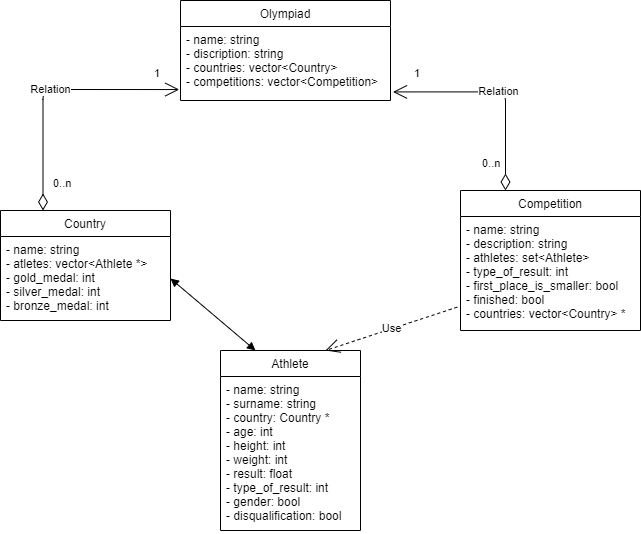
Earlier version of the draw.io export Diagram.png (BoGodAkim/Olympiad-Class-Project). Source tidied: cells renumbered, new cells last; positions are measured from the earlier drawing's top-left corner, leaving out a move shared by most shapes.
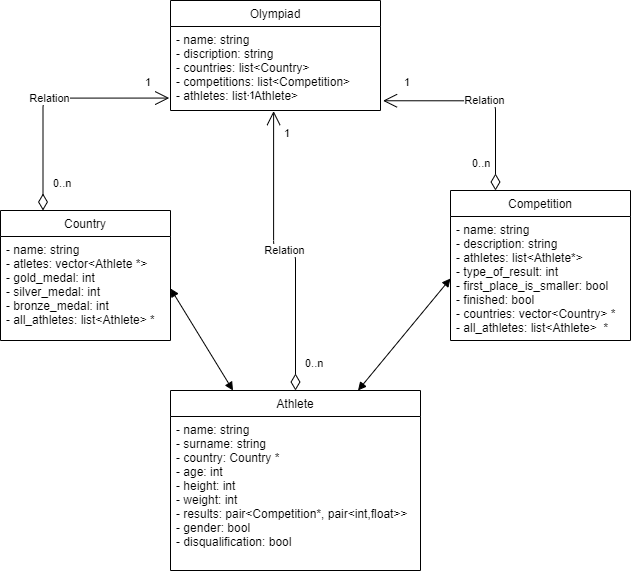
The same diagram one commit later.

The edit, as a diff of the source:
```diff
@@ -3,28 +3,28 @@
     <mxCell id="0" />
     <mxCell id="1" parent="0" />
     <mxCell id="2" value="Olympiad" style="swimlane;fontStyle=0;horizontal=1;startSize=26;fillColor=none;" parent="1" vertex="1">
-      <mxGeometry x="180" width="210" height="100" as="geometry" />
+      <mxGeometry x="180" width="210" height="110" as="geometry" />
     </mxCell>
-    <mxCell id="3" value="- name: string&#10;- discription: string&#10;- countries: vector&lt;Country&gt;&#10;- competitions: vector&lt;Competition&gt;&#10;" style="text;strokeColor=none;fillColor=none;align=left;verticalAlign=top;spacingLeft=4;spacingRight=4;overflow=hidden;points=[[0,0.5],[1,0.5]];portConstraint=eastwest;" parent="2" vertex="1">
-      <mxGeometry y="26" width="210" height="74" as="geometry" />
+    <mxCell id="3" value="- name: string&#10;- discription: string&#10;- countries: list&lt;Country&gt;&#10;- competitions: list&lt;Competition&gt;&#10;- athletes: list&lt;Athlete&gt;" style="text;strokeColor=none;fillColor=none;align=left;verticalAlign=top;spacingLeft=4;spacingRight=4;overflow=hidden;points=[[0,0.5],[1,0.5]];portConstraint=eastwest;" parent="2" vertex="1">
+      <mxGeometry y="26" width="210" height="84" as="geometry" />
     </mxCell>
     <mxCell id="4" value="Country" style="swimlane;fontStyle=0;horizontal=1;startSize=26;fillColor=none;" parent="1" vertex="1">
-      <mxGeometry y="210" width="170" height="110" as="geometry" />
+      <mxGeometry x="10" y="210" width="170" height="130" as="geometry" />
     </mxCell>
-    <mxCell id="5" value="- name: string&#10;- atletes: vector&lt;Athlete *&gt;&#10;- gold_medal: int&#10;- silver_medal: int&#10;- bronze_medal: int" style="text;strokeColor=none;fillColor=none;align=left;verticalAlign=top;spacingLeft=4;spacingRight=4;overflow=hidden;points=[[0,0.5],[1,0.5]];portConstraint=eastwest;" parent="4" vertex="1">
-      <mxGeometry y="26" width="170" height="84" as="geometry" />
+    <mxCell id="5" value="- name: string&#10;- atletes: vector&lt;Athlete *&gt;&#10;- gold_medal: int&#10;- silver_medal: int&#10;- bronze_medal: int&#10;- all_athletes: list&lt;Athlete&gt; *" style="text;strokeColor=none;fillColor=none;align=left;verticalAlign=top;spacingLeft=4;spacingRight=4;overflow=hidden;points=[[0,0.5],[1,0.5]];portConstraint=eastwest;" parent="4" vertex="1">
+      <mxGeometry y="26" width="170" height="104" as="geometry" />
     </mxCell>
     <mxCell id="6" value="Competition" style="swimlane;fontStyle=0;horizontal=1;startSize=26;fillColor=none;" parent="1" vertex="1">
-      <mxGeometry x="460" y="190" width="180" height="140" as="geometry" />
+      <mxGeometry x="460" y="190" width="180" height="150" as="geometry" />
     </mxCell>
-    <mxCell id="7" value="- name: string&#10;- description: string&#10;- athletes: set&lt;Athlete&gt;&#10;- type_of_result: int&#10;- first_place_is_smaller: bool&#10;- finished: bool&#10;- countries: vector&lt;Country&gt; *" style="text;strokeColor=none;fillColor=none;align=left;verticalAlign=top;spacingLeft=4;spacingRight=4;overflow=hidden;points=[[0,0.5],[1,0.5]];portConstraint=eastwest;" parent="6" vertex="1">
-      <mxGeometry y="26" width="180" height="114" as="geometry" />
+    <mxCell id="7" value="- name: string&#10;- description: string&#10;- athletes: list&lt;Athlete*&gt;&#10;- type_of_result: int&#10;- first_place_is_smaller: bool&#10;- finished: bool&#10;- countries: vector&lt;Country&gt; *&#10;- all_athletes: list&lt;Athlete&gt;  *" style="text;strokeColor=none;fillColor=none;align=left;verticalAlign=top;spacingLeft=4;spacingRight=4;overflow=hidden;points=[[0,0.5],[1,0.5]];portConstraint=eastwest;" parent="6" vertex="1">
+      <mxGeometry y="26" width="180" height="124" as="geometry" />
     </mxCell>
     <mxCell id="8" value="Athlete" style="swimlane;fontStyle=0;horizontal=1;startSize=26;fillColor=none;" parent="1" vertex="1">
-      <mxGeometry x="220" y="350" width="140" height="180" as="geometry" />
+      <mxGeometry x="180" y="390" width="250" height="180" as="geometry" />
     </mxCell>
-    <mxCell id="9" value="- name: string&#10;- surname: string&#10;- country: Country *&#10;- age: int&#10;- height: int&#10;- weight: int&#10;- result: float&#10;- type_of_result: int&#10;- gender: bool&#10;- disqualification: bool" style="text;strokeColor=none;fillColor=none;align=left;verticalAlign=top;spacingLeft=4;spacingRight=4;overflow=hidden;" parent="8" vertex="1">
-      <mxGeometry y="26" width="140" height="154" as="geometry" />
+    <mxCell id="9" value="- name: string&#10;- surname: string&#10;- country: Country *&#10;- age: int&#10;- height: int&#10;- weight: int&#10;- results: pair&lt;Competition*, pair&lt;int,float&gt;&gt;&#10;- gender: bool&#10;- disqualification: bool" style="text;strokeColor=none;fillColor=none;align=left;verticalAlign=top;spacingLeft=4;spacingRight=4;overflow=hidden;" parent="8" vertex="1">
+      <mxGeometry y="26" width="250" height="154" as="geometry" />
     </mxCell>
     <mxCell id="10" value="Relation" style="endArrow=open;html=1;endSize=12;startArrow=diamondThin;startSize=14;startFill=0;edgeStyle=orthogonalEdgeStyle;entryX=-0.006;entryY=0.852;entryDx=0;entryDy=0;entryPerimeter=0;exitX=0.25;exitY=0;exitDx=0;exitDy=0;" parent="1" edge="1" source="4" target="3">
       <mxGeometry relative="1" as="geometry" />
@@ -39,9 +39,6 @@
         <mxPoint x="-18" y="-29" as="offset" />
       </mxGeometry>
     </mxCell>
-    <mxCell id="13" value="Use" style="endArrow=open;endSize=12;dashed=1;html=1;exitX=-0.018;exitY=0.795;exitDx=0;exitDy=0;exitPerimeter=0;entryX=0.75;entryY=0;entryDx=0;entryDy=0;" parent="1" edge="1" source="7" target="8">
-      <mxGeometry relative="1" as="geometry" />
-    </mxCell>
     <mxCell id="14" value="Relation" style="endArrow=open;html=1;endSize=12;startArrow=diamondThin;startSize=14;startFill=0;edgeStyle=orthogonalEdgeStyle;entryX=1.012;entryY=0.884;entryDx=0;entryDy=0;entryPerimeter=0;exitX=0.25;exitY=0;exitDx=0;exitDy=0;" parent="1" edge="1" source="6" target="3">
       <mxGeometry relative="1" as="geometry" />
     </mxCell>
@@ -58,5 +55,24 @@
     <mxCell id="17" style="endArrow=block;startArrow=block;endFill=1;startFill=1;html=1;exitX=1;exitY=0.5;exitDx=0;exitDy=0;entryX=0.25;entryY=0;entryDx=0;entryDy=0;" parent="1" edge="1" source="5" target="8">
       <mxGeometry relative="1" as="geometry" />
     </mxCell>
+    <mxCell id="18" value="Relation" style="endArrow=open;html=1;endSize=12;startArrow=diamondThin;startSize=14;startFill=0;edgeStyle=orthogonalEdgeStyle;entryX=0.491;entryY=1.007;entryDx=0;entryDy=0;entryPerimeter=0;exitX=0.5;exitY=0;exitDx=0;exitDy=0;" parent="1" edge="1" source="8" target="3">
+      <mxGeometry relative="1" as="geometry" />
+    </mxCell>
+    <mxCell id="19" value="0..n" style="edgeLabel;html=1;align=left;verticalAlign=top;" parent="18" vertex="1">
+      <mxGeometry x="-1" relative="1" as="geometry">
+        <mxPoint x="8" y="-40" as="offset" />
+      </mxGeometry>
+    </mxCell>
+    <mxCell id="20" value="1" style="edgeLabel;html=1;align=right;verticalAlign=top;" parent="18" vertex="1">
+      <mxGeometry x="1" relative="1" as="geometry">
+        <mxPoint x="-18" y="-29" as="offset" />
+      </mxGeometry>
+    </mxCell>
+    <mxCell id="21" value="1" style="edgeLabel;html=1;align=right;verticalAlign=top;" parent="1" vertex="1">
+      <mxGeometry x="300" y="120" as="geometry" />
+    </mxCell>
+    <mxCell id="13" style="endArrow=block;startArrow=block;endFill=1;startFill=1;html=1;exitX=0;exitY=0.5;exitDx=0;exitDy=0;entryX=0.75;entryY=0;entryDx=0;entryDy=0;" parent="1" edge="1" source="7" target="8">
+      <mxGeometry relative="1" as="geometry" />
+    </mxCell>
   </root>
 </mxGraphModel>
```
